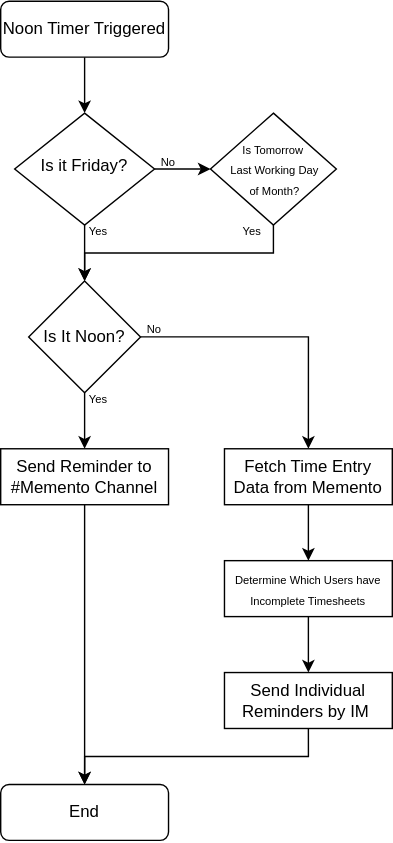
codurance/memento-auto-nag-bot keeps this draw.io diagram as Assets/memento-bot-workflow.drawio.svg. Above is the earlier version. Source tidied: cells renumbered, new cells last; positions are measured from the earlier drawing's top-left corner, leaving out a move shared by most shapes. The source it was exported from:
```xml
<mxGraphModel>
  <root>
    <mxCell id="0" />
    <mxCell id="1" parent="0" />
    <mxCell id="2" style="edgeStyle=orthogonalEdgeStyle;rounded=0;jettySize=auto;html=1;fontSize=8;labelBackgroundColor=none;" parent="1" edge="1" source="3" target="6">
      <mxGeometry relative="1" as="geometry" />
    </mxCell>
    <mxCell id="3" value="Noon Timer Triggered" style="rounded=1;whiteSpace=wrap;html=1;fontSize=12;glass=0;strokeWidth=1;shadow=0;labelBackgroundColor=none;" parent="1" vertex="1">
      <mxGeometry width="120" height="40" as="geometry" />
    </mxCell>
    <mxCell id="4" style="edgeStyle=orthogonalEdgeStyle;rounded=0;jettySize=auto;html=1;fontSize=8;labelBackgroundColor=none;" parent="1" edge="1" source="6" target="8">
      <mxGeometry relative="1" as="geometry" />
    </mxCell>
    <mxCell id="5" style="edgeStyle=orthogonalEdgeStyle;rounded=0;jettySize=auto;html=1;fontSize=8;labelBackgroundColor=none;" parent="1" edge="1" source="6">
      <mxGeometry relative="1" as="geometry">
        <mxPoint x="60" y="200" as="targetPoint" />
      </mxGeometry>
    </mxCell>
    <mxCell id="6" value="Is it Friday?" style="rhombus;whiteSpace=wrap;html=1;shadow=0;fontFamily=Helvetica;fontSize=12;align=center;strokeWidth=1;spacing=6;spacingTop=-4;labelBackgroundColor=none;" parent="1" vertex="1">
      <mxGeometry x="10" y="80" width="100" height="80" as="geometry" />
    </mxCell>
    <mxCell id="7" style="edgeStyle=orthogonalEdgeStyle;rounded=0;jettySize=auto;html=1;exitX=0.5;exitY=1;exitDx=0;exitDy=0;fontSize=8;labelBackgroundColor=none;" parent="1" edge="1" source="8" target="14">
      <mxGeometry relative="1" as="geometry" />
    </mxCell>
    <mxCell id="8" value="&lt;font style=&quot;font-size: 8px;&quot;&gt;Is Tomorrow&lt;br&gt;&amp;nbsp;Last Working Day&lt;br&gt;&amp;nbsp;of Month?&lt;/font&gt;" style="rhombus;html=1;whiteSpace=wrap;spacingTop=0;spacing=0;labelBackgroundColor=none;" parent="1" vertex="1">
      <mxGeometry x="150" y="80" width="90" height="80" as="geometry" />
    </mxCell>
    <mxCell id="9" value="No" style="text;html=1;strokeColor=none;fillColor=none;align=center;verticalAlign=middle;whiteSpace=wrap;rounded=0;fontSize=8;labelBackgroundColor=none;" parent="1" vertex="1">
      <mxGeometry x="110" y="110" width="20" height="10" as="geometry" />
    </mxCell>
    <mxCell id="10" value="Yes" style="text;html=1;strokeColor=none;fillColor=none;align=center;verticalAlign=middle;whiteSpace=wrap;rounded=0;fontSize=8;labelBackgroundColor=none;" parent="1" vertex="1">
      <mxGeometry x="60" y="160" width="20" height="10" as="geometry" />
    </mxCell>
    <mxCell id="11" value="Yes" style="text;html=1;strokeColor=none;fillColor=none;align=center;verticalAlign=middle;whiteSpace=wrap;rounded=0;fontSize=8;labelBackgroundColor=none;" parent="1" vertex="1">
      <mxGeometry x="170" y="160" width="20" height="10" as="geometry" />
    </mxCell>
    <mxCell id="12" style="edgeStyle=orthogonalEdgeStyle;rounded=0;jettySize=auto;html=1;fontSize=12;labelBackgroundColor=none;" parent="1" edge="1" source="14" target="16">
      <mxGeometry relative="1" as="geometry" />
    </mxCell>
    <mxCell id="13" style="edgeStyle=orthogonalEdgeStyle;rounded=0;jettySize=auto;html=1;exitX=1;exitY=0.5;exitDx=0;exitDy=0;entryX=0.5;entryY=0;entryDx=0;entryDy=0;fontSize=12;labelBackgroundColor=none;" parent="1" edge="1" source="14" target="19">
      <mxGeometry relative="1" as="geometry" />
    </mxCell>
    <mxCell id="14" value="&lt;font style=&quot;font-size: 12px;&quot;&gt;Is It Noon?&lt;/font&gt;" style="rhombus;whiteSpace=wrap;html=1;fontSize=8;labelBackgroundColor=none;" parent="1" vertex="1">
      <mxGeometry x="20" y="200" width="80" height="80" as="geometry" />
    </mxCell>
    <mxCell id="15" style="edgeStyle=orthogonalEdgeStyle;rounded=0;jettySize=auto;html=1;exitX=0.5;exitY=1;exitDx=0;exitDy=0;entryX=0.5;entryY=0;entryDx=0;entryDy=0;fontSize=12;labelBackgroundColor=none;" parent="1" edge="1" source="16" target="25">
      <mxGeometry relative="1" as="geometry" />
    </mxCell>
    <mxCell id="16" value="Send Reminder to #Memento Channel" style="rounded=0;whiteSpace=wrap;html=1;fontSize=12;labelBackgroundColor=none;" parent="1" vertex="1">
      <mxGeometry y="320" width="120" height="40" as="geometry" />
    </mxCell>
    <mxCell id="17" value="Yes" style="text;html=1;strokeColor=none;fillColor=none;align=center;verticalAlign=middle;whiteSpace=wrap;rounded=0;fontSize=8;labelBackgroundColor=none;" parent="1" vertex="1">
      <mxGeometry x="60" y="280" width="20" height="10" as="geometry" />
    </mxCell>
    <mxCell id="18" style="edgeStyle=orthogonalEdgeStyle;rounded=0;jettySize=auto;html=1;fontSize=8;labelBackgroundColor=none;" parent="1" edge="1" source="19" target="22">
      <mxGeometry relative="1" as="geometry" />
    </mxCell>
    <mxCell id="19" value="Fetch Time Entry Data from Memento" style="rounded=0;whiteSpace=wrap;html=1;fontSize=12;labelBackgroundColor=none;" parent="1" vertex="1">
      <mxGeometry x="160" y="320" width="120" height="40" as="geometry" />
    </mxCell>
    <mxCell id="20" value="No" style="text;html=1;strokeColor=none;fillColor=none;align=center;verticalAlign=middle;whiteSpace=wrap;rounded=0;fontSize=8;labelBackgroundColor=none;" parent="1" vertex="1">
      <mxGeometry x="100" y="230" width="20" height="10" as="geometry" />
    </mxCell>
    <mxCell id="21" style="edgeStyle=orthogonalEdgeStyle;rounded=0;jettySize=auto;html=1;fontSize=12;labelBackgroundColor=none;" parent="1" edge="1" source="22" target="24">
      <mxGeometry relative="1" as="geometry" />
    </mxCell>
    <mxCell id="22" value="&lt;font style=&quot;font-size: 8px;&quot;&gt;Determine Which Users have Incomplete Timesheets&lt;/font&gt;" style="rounded=0;whiteSpace=wrap;html=1;fontSize=12;labelBackgroundColor=none;" parent="1" vertex="1">
      <mxGeometry x="160" y="400" width="120" height="40" as="geometry" />
    </mxCell>
    <mxCell id="23" style="edgeStyle=orthogonalEdgeStyle;rounded=0;jettySize=auto;html=1;exitX=0.5;exitY=1;exitDx=0;exitDy=0;entryX=0.5;entryY=0;entryDx=0;entryDy=0;fontSize=12;labelBackgroundColor=none;" parent="1" edge="1" source="24" target="25">
      <mxGeometry relative="1" as="geometry" />
    </mxCell>
    <mxCell id="24" value="&lt;font style=&quot;font-size: 12px;&quot;&gt;Send Individual Reminders by IM&amp;nbsp;&lt;/font&gt;" style="rounded=0;whiteSpace=wrap;html=1;fontSize=12;labelBackgroundColor=none;" parent="1" vertex="1">
      <mxGeometry x="160" y="480" width="120" height="40" as="geometry" />
    </mxCell>
    <mxCell id="25" value="End" style="rounded=1;whiteSpace=wrap;html=1;fontSize=12;glass=0;strokeWidth=1;shadow=0;labelBackgroundColor=none;" parent="1" vertex="1">
      <mxGeometry y="560" width="120" height="40" as="geometry" />
    </mxCell>
  </root>
</mxGraphModel>
```
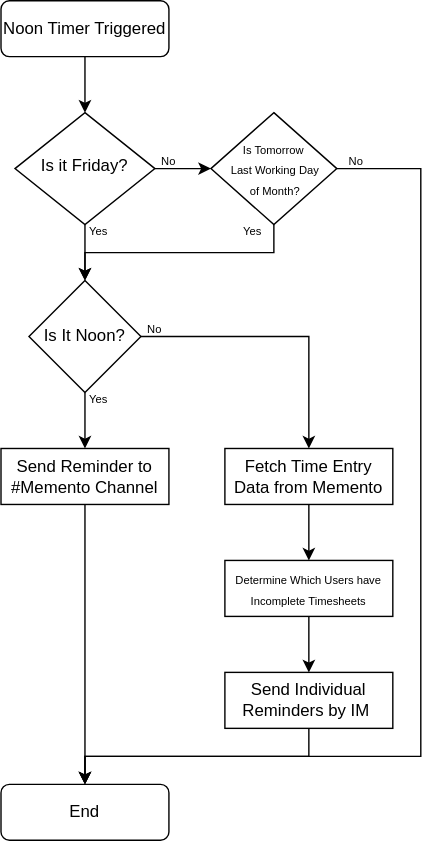
Later version of the same file.

Commit message:
Added missing no path to diagram

What changed in the source:
```diff
@@ -22,6 +22,15 @@
     <mxCell id="7" style="edgeStyle=orthogonalEdgeStyle;rounded=0;jettySize=auto;html=1;exitX=0.5;exitY=1;exitDx=0;exitDy=0;fontSize=8;labelBackgroundColor=none;" parent="1" edge="1" source="8" target="14">
       <mxGeometry relative="1" as="geometry" />
     </mxCell>
+    <mxCell id="26" style="edgeStyle=orthogonalEdgeStyle;rounded=0;jettySize=auto;html=1;exitX=1;exitY=0.5;exitDx=0;exitDy=0;entryX=0.5;entryY=0;entryDx=0;entryDy=0;" parent="1" edge="1" source="8" target="25">
+      <mxGeometry relative="1" as="geometry">
+        <Array as="points">
+          <mxPoint x="300" y="120" />
+          <mxPoint x="300" y="540" />
+          <mxPoint x="60" y="540" />
+        </Array>
+      </mxGeometry>
+    </mxCell>
     <mxCell id="8" value="&lt;font style=&quot;font-size: 8px;&quot;&gt;Is Tomorrow&lt;br&gt;&amp;nbsp;Last Working Day&lt;br&gt;&amp;nbsp;of Month?&lt;/font&gt;" style="rhombus;html=1;whiteSpace=wrap;spacingTop=0;spacing=0;labelBackgroundColor=none;" parent="1" vertex="1">
       <mxGeometry x="150" y="80" width="90" height="80" as="geometry" />
     </mxCell>
@@ -76,5 +85,8 @@
     <mxCell id="25" value="End" style="rounded=1;whiteSpace=wrap;html=1;fontSize=12;glass=0;strokeWidth=1;shadow=0;labelBackgroundColor=none;" parent="1" vertex="1">
       <mxGeometry y="560" width="120" height="40" as="geometry" />
     </mxCell>
+    <mxCell id="27" value="No" style="text;html=1;strokeColor=none;fillColor=none;align=center;verticalAlign=middle;whiteSpace=wrap;rounded=0;fontSize=8;labelBackgroundColor=none;" parent="1" vertex="1">
+      <mxGeometry x="244" y="110" width="20" height="10" as="geometry" />
+    </mxCell>
   </root>
 </mxGraphModel>
```
